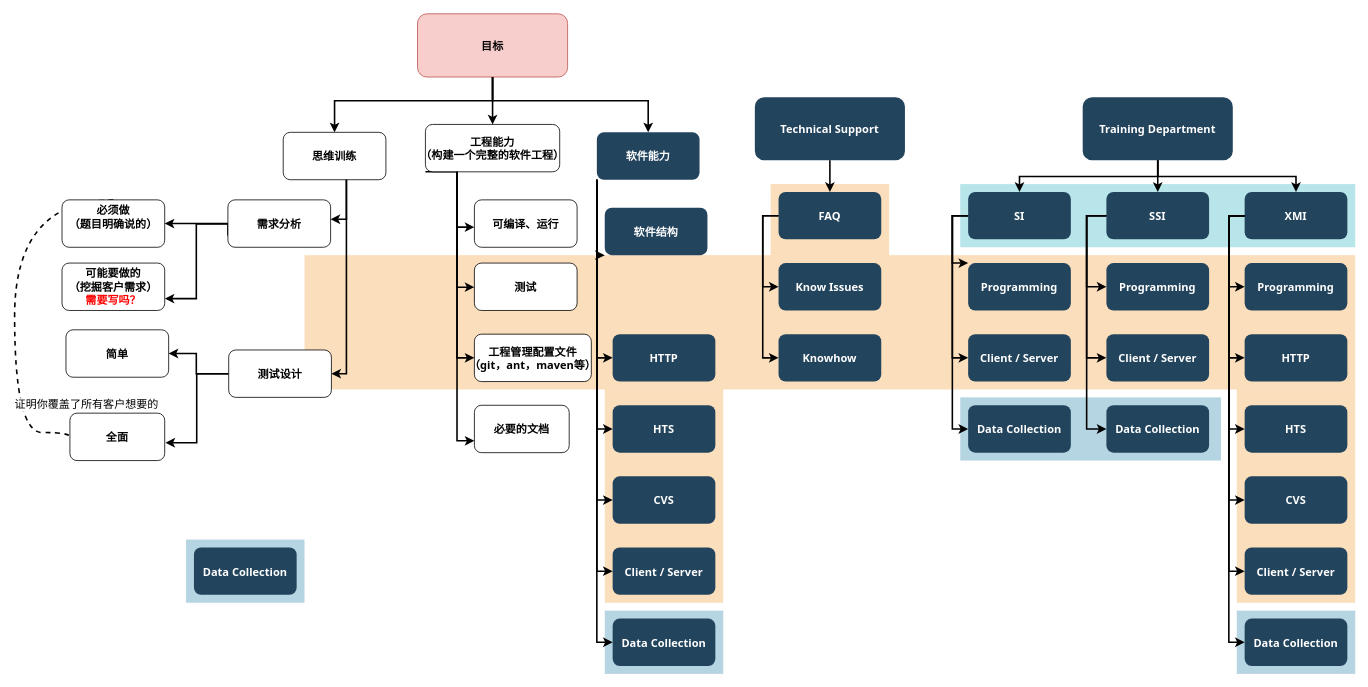
LeahGly/hello-word keeps this draw.io diagram as Untitled Diagram.drawio. Above is the earlier version. Source tidied: cells renumbered, new cells numbered last; positions are measured from the earlier drawing's top-left corner, leaving out a move shared by most shapes. Both pictures are drawn from the tidied source at 79%, with x=0, y=0 at pixel (14, 13).
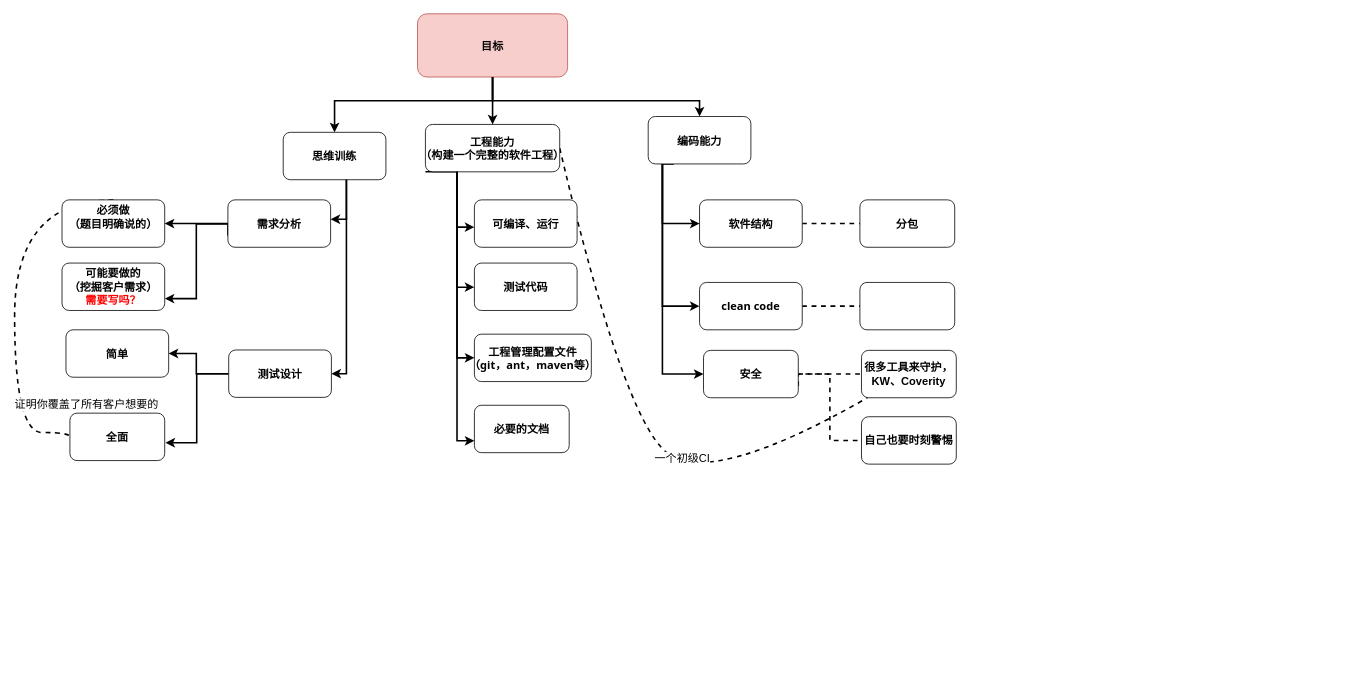
The same page after the edit.

Unchanged cells that the change refers to:
```xml
<mxCell id="23" value="工程能力&#10;（构建一个完整的软件工程）" style="rounded=1;fontStyle=1;fontFamily=Tahoma;fontSize=14;" parent="1" vertex="1">
  <mxGeometry x="520" y="140" width="170" height="60" as="geometry" />
</mxCell>
```

Change to the diagram source:
```diff
@@
-    <mxCell id="2" style="fillColor=#F2931E;strokeColor=none;opacity=30;" parent="1" vertex="1">
-      <mxGeometry x="1547" y="475.5" width="150" height="270" as="geometry" />
-    </mxCell>
-    <mxCell id="3" style="fillColor=#F2931E;strokeColor=none;opacity=30;" parent="1" vertex="1">
-      <mxGeometry x="957" y="215.5" width="150" height="90" as="geometry" />
-    </mxCell>
-    <mxCell id="4" style="fillColor=#F2931E;strokeColor=none;opacity=30;" parent="1" vertex="1">
-      <mxGeometry x="747" y="475.5" width="150" height="270" as="geometry" />
-    </mxCell>
-    <mxCell id="5" style="fillColor=#F2931E;strokeColor=none;opacity=30;" parent="1" vertex="1">
-      <mxGeometry x="367" y="305.5" width="1330" height="170" as="geometry" />
-    </mxCell>
-    <mxCell id="6" style="fillColor=#10739E;strokeColor=none;opacity=30;" parent="1" vertex="1">
-      <mxGeometry x="1547" y="755.5" width="150" height="80" as="geometry" />
-    </mxCell>
-    <mxCell id="7" style="fillColor=#10739E;strokeColor=none;opacity=30;" parent="1" vertex="1">
-      <mxGeometry x="1197" y="485.5" width="330" height="80" as="geometry" />
-    </mxCell>
-    <mxCell id="8" style="fillColor=#10739E;strokeColor=none;opacity=30;" parent="1" vertex="1">
-      <mxGeometry x="747" y="755.5" width="150" height="80" as="geometry" />
-    </mxCell>
-    <mxCell id="9" style="fillColor=#10739E;strokeColor=none;opacity=30;" parent="1" vertex="1">
-      <mxGeometry x="217" y="665.5" width="150" height="80" as="geometry" />
-    </mxCell>
-    <mxCell id="10" style="fillColor=#12AAB5;strokeColor=none;opacity=30;" parent="1" vertex="1">
-      <mxGeometry x="1197" y="215.5" width="500" height="80" as="geometry" />
-    </mxCell>
-    <mxCell id="11" value="Training Department" style="rounded=1;fillColor=#23445D;gradientColor=none;strokeColor=none;fontColor=#FFFFFF;fontStyle=1;fontFamily=Tahoma;fontSize=14;" parent="1" vertex="1">
-      <mxGeometry x="1352" y="105.5" width="190" height="80" as="geometry" />
-    </mxCell>
-    <mxCell id="12" value="Technical Support" style="rounded=1;fillColor=#23445D;gradientColor=none;strokeColor=none;fontColor=#FFFFFF;fontStyle=1;fontFamily=Tahoma;fontSize=14;" parent="1" vertex="1">
-      <mxGeometry x="937" y="105.5" width="190" height="80" as="geometry" />
-    </mxCell>
@@
-    <mxCell id="14" value="Data Collection" style="rounded=1;fillColor=#23445D;gradientColor=none;strokeColor=none;fontColor=#FFFFFF;fontStyle=1;fontFamily=Tahoma;fontSize=14;" parent="1" vertex="1">
-      <mxGeometry x="227" y="675.5" width="130" height="60" as="geometry" />
-    </mxCell>
@@
+    <mxCell id="91" style="edgeStyle=none;jettySize=auto;html=1;exitX=1;exitY=0.5;exitDx=0;exitDy=0;dashed=1;fontSize=14;fontColor=#000000;endArrow=none;endFill=0;strokeWidth=2;curved=1;" parent="1" edge="1" source="23" target="101">
+      <mxGeometry relative="1" as="geometry">
+        <Array as="points">
+          <mxPoint x="770" y="510" />
+          <mxPoint x="880" y="600" />
+        </Array>
+      </mxGeometry>
+    </mxCell>
+    <mxCell id="92" value="一个初级CI" style="edgeLabel;html=1;align=center;verticalAlign=middle;fontSize=14;fontColor=#000000;" parent="91" vertex="1">
+      <mxGeometry x="0.22" y="6" relative="1" as="geometry" />
+    </mxCell>
@@
-    <mxCell id="24" value="测试" style="rounded=1;fontStyle=1;fontFamily=Tahoma;fontSize=14;" parent="1" vertex="1">
+    <mxCell id="24" value="测试代码" style="rounded=1;fontStyle=1;fontFamily=Tahoma;fontSize=14;" parent="1" vertex="1">
       <mxGeometry x="582" y="315.5" width="130" height="60" as="geometry" />
     </mxCell>
@@
+    <mxCell id="93" style="edgeStyle=orthogonalEdgeStyle;jettySize=auto;html=1;exitX=0.25;exitY=1;exitDx=0;exitDy=0;entryX=0;entryY=0.5;entryDx=0;entryDy=0;fontSize=14;fontColor=#000000;endArrow=classic;endFill=1;strokeWidth=2;rounded=0;" parent="1" edge="1" source="27" target="100">
+      <mxGeometry relative="1" as="geometry">
+        <Array as="points">
+          <mxPoint x="820" y="190" />
+          <mxPoint x="820" y="456" />
+        </Array>
+      </mxGeometry>
+    </mxCell>
-    <mxCell id="27" value="软件能力" style="rounded=1;fillColor=#23445D;gradientColor=none;strokeColor=none;fontColor=#FFFFFF;fontStyle=1;fontFamily=Tahoma;fontSize=14;" parent="1" vertex="1">
-      <mxGeometry x="737" y="150" width="130" height="60" as="geometry" />
+    <mxCell id="27" value="编码能力" style="rounded=1;fontStyle=1;fontFamily=Tahoma;fontSize=14;" parent="1" vertex="1">
+      <mxGeometry x="802" y="130" width="130" height="60" as="geometry" />
     </mxCell>
+    <mxCell id="94" style="edgeStyle=orthogonalEdgeStyle;curved=1;jettySize=auto;html=1;dashed=1;fontSize=14;fontColor=#000000;endArrow=none;endFill=0;strokeWidth=2;" parent="1" edge="1" source="28" target="96">
+      <mxGeometry relative="1" as="geometry" />
+    </mxCell>
-    <mxCell id="28" value="软件结构" style="rounded=1;fillColor=#23445D;gradientColor=none;strokeColor=none;fontColor=#FFFFFF;fontStyle=1;fontFamily=Tahoma;fontSize=14;" parent="1" vertex="1">
-      <mxGeometry x="747" y="245.5" width="130" height="60" as="geometry" />
+    <mxCell id="28" value="软件结构" style="rounded=1;fontStyle=1;fontFamily=Tahoma;fontSize=14;" parent="1" vertex="1">
+      <mxGeometry x="867" y="235.5" width="130" height="60" as="geometry" />
     </mxCell>
+    <mxCell id="95" style="edgeStyle=orthogonalEdgeStyle;curved=1;jettySize=auto;html=1;dashed=1;fontSize=14;fontColor=#000000;endArrow=none;endFill=0;strokeWidth=2;" parent="1" edge="1" source="29" target="97">
+      <mxGeometry relative="1" as="geometry" />
+    </mxCell>
-    <mxCell id="29" value="HTTP" style="rounded=1;fillColor=#23445D;gradientColor=none;strokeColor=none;fontColor=#FFFFFF;fontStyle=1;fontFamily=Tahoma;fontSize=14;" parent="1" vertex="1">
-      <mxGeometry x="757" y="405.5" width="130" height="60" as="geometry" />
+    <mxCell id="29" value="clean code" style="rounded=1;fontStyle=1;fontFamily=Tahoma;fontSize=14;" parent="1" vertex="1">
+      <mxGeometry x="867" y="340" width="130" height="60" as="geometry" />
     </mxCell>
-    <mxCell id="30" value="HTS" style="rounded=1;fillColor=#23445D;gradientColor=none;strokeColor=none;fontColor=#FFFFFF;fontStyle=1;fontFamily=Tahoma;fontSize=14;" parent="1" vertex="1">
-      <mxGeometry x="757" y="495.5" width="130" height="60" as="geometry" />
-    </mxCell>
-    <mxCell id="31" value="CVS" style="rounded=1;fillColor=#23445D;gradientColor=none;strokeColor=none;fontColor=#FFFFFF;fontStyle=1;fontFamily=Tahoma;fontSize=14;" parent="1" vertex="1">
-      <mxGeometry x="757" y="585.5" width="130" height="60" as="geometry" />
-    </mxCell>
-    <mxCell id="32" value="Client / Server" style="rounded=1;fillColor=#23445D;gradientColor=none;strokeColor=none;fontColor=#FFFFFF;fontStyle=1;fontFamily=Tahoma;fontSize=14;" parent="1" vertex="1">
-      <mxGeometry x="757" y="675.5" width="130" height="60" as="geometry" />
-    </mxCell>
-    <mxCell id="33" value="Data Collection" style="rounded=1;fillColor=#23445D;gradientColor=none;strokeColor=none;fontColor=#FFFFFF;fontStyle=1;fontFamily=Tahoma;fontSize=14;" parent="1" vertex="1">
-      <mxGeometry x="757" y="765.5" width="130" height="60" as="geometry" />
-    </mxCell>
-    <mxCell id="34" value="FAQ" style="rounded=1;fillColor=#23445D;gradientColor=none;strokeColor=none;fontColor=#FFFFFF;fontStyle=1;fontFamily=Tahoma;fontSize=14;" parent="1" vertex="1">
-      <mxGeometry x="967" y="225.5" width="130" height="60" as="geometry" />
-    </mxCell>
-    <mxCell id="35" value="Know Issues" style="rounded=1;fillColor=#23445D;gradientColor=none;strokeColor=none;fontColor=#FFFFFF;fontStyle=1;fontFamily=Tahoma;fontSize=14;" parent="1" vertex="1">
-      <mxGeometry x="967" y="315.5" width="130" height="60" as="geometry" />
-    </mxCell>
-    <mxCell id="36" value="Knowhow" style="rounded=1;fillColor=#23445D;gradientColor=none;strokeColor=none;fontColor=#FFFFFF;fontStyle=1;fontFamily=Tahoma;fontSize=14;" parent="1" vertex="1">
-      <mxGeometry x="967" y="405.5" width="130" height="60" as="geometry" />
-    </mxCell>
-    <mxCell id="37" value="SI" style="rounded=1;fillColor=#23445D;gradientColor=none;strokeColor=none;fontColor=#FFFFFF;fontStyle=1;fontFamily=Tahoma;fontSize=14;" parent="1" vertex="1">
-      <mxGeometry x="1207" y="225.5" width="130" height="60" as="geometry" />
-    </mxCell>
-    <mxCell id="38" value="Programming" style="rounded=1;fillColor=#23445D;gradientColor=none;strokeColor=none;fontColor=#FFFFFF;fontStyle=1;fontFamily=Tahoma;fontSize=14;" parent="1" vertex="1">
-      <mxGeometry x="1207" y="315.5" width="130" height="60" as="geometry" />
-    </mxCell>
-    <mxCell id="39" value="Client / Server" style="rounded=1;fillColor=#23445D;gradientColor=none;strokeColor=none;fontColor=#FFFFFF;fontStyle=1;fontFamily=Tahoma;fontSize=14;" parent="1" vertex="1">
-      <mxGeometry x="1207" y="405.5" width="130" height="60" as="geometry" />
-    </mxCell>
-    <mxCell id="40" value="Data Collection" style="rounded=1;fillColor=#23445D;gradientColor=none;strokeColor=none;fontColor=#FFFFFF;fontStyle=1;fontFamily=Tahoma;fontSize=14;" parent="1" vertex="1">
-      <mxGeometry x="1207" y="495.5" width="130" height="60" as="geometry" />
-    </mxCell>
-    <mxCell id="41" value="SSI" style="rounded=1;fillColor=#23445D;gradientColor=none;strokeColor=none;fontColor=#FFFFFF;fontStyle=1;fontFamily=Tahoma;fontSize=14;" parent="1" vertex="1">
-      <mxGeometry x="1382" y="225.5" width="130" height="60" as="geometry" />
-    </mxCell>
-    <mxCell id="42" value="Programming" style="rounded=1;fillColor=#23445D;gradientColor=none;strokeColor=none;fontColor=#FFFFFF;fontStyle=1;fontFamily=Tahoma;fontSize=14;" parent="1" vertex="1">
-      <mxGeometry x="1382" y="315.5" width="130" height="60" as="geometry" />
-    </mxCell>
-    <mxCell id="43" value="Client / Server" style="rounded=1;fillColor=#23445D;gradientColor=none;strokeColor=none;fontColor=#FFFFFF;fontStyle=1;fontFamily=Tahoma;fontSize=14;" parent="1" vertex="1">
-      <mxGeometry x="1382" y="405.5" width="130" height="60" as="geometry" />
-    </mxCell>
-    <mxCell id="44" value="Data Collection" style="rounded=1;fillColor=#23445D;gradientColor=none;strokeColor=none;fontColor=#FFFFFF;fontStyle=1;fontFamily=Tahoma;fontSize=14;" parent="1" vertex="1">
-      <mxGeometry x="1382" y="495.5" width="130" height="60" as="geometry" />
-    </mxCell>
-    <mxCell id="45" value="XMI" style="rounded=1;fillColor=#23445D;gradientColor=none;strokeColor=none;fontColor=#FFFFFF;fontStyle=1;fontFamily=Tahoma;fontSize=14;" parent="1" vertex="1">
-      <mxGeometry x="1557" y="225.5" width="130" height="60" as="geometry" />
-    </mxCell>
-    <mxCell id="46" value="Programming" style="rounded=1;fillColor=#23445D;gradientColor=none;strokeColor=none;fontColor=#FFFFFF;fontStyle=1;fontFamily=Tahoma;fontSize=14;" parent="1" vertex="1">
-      <mxGeometry x="1557" y="315.5" width="130" height="60" as="geometry" />
-    </mxCell>
-    <mxCell id="47" value="HTTP" style="rounded=1;fillColor=#23445D;gradientColor=none;strokeColor=none;fontColor=#FFFFFF;fontStyle=1;fontFamily=Tahoma;fontSize=14;" parent="1" vertex="1">
-      <mxGeometry x="1557" y="405.5" width="130" height="60" as="geometry" />
-    </mxCell>
-    <mxCell id="48" value="HTS" style="rounded=1;fillColor=#23445D;gradientColor=none;strokeColor=none;fontColor=#FFFFFF;fontStyle=1;fontFamily=Tahoma;fontSize=14;" parent="1" vertex="1">
-      <mxGeometry x="1557" y="495.5" width="130" height="60" as="geometry" />
-    </mxCell>
-    <mxCell id="49" value="CVS" style="rounded=1;fillColor=#23445D;gradientColor=none;strokeColor=none;fontColor=#FFFFFF;fontStyle=1;fontFamily=Tahoma;fontSize=14;" parent="1" vertex="1">
-      <mxGeometry x="1557" y="585.5" width="130" height="60" as="geometry" />
-    </mxCell>
-    <mxCell id="50" value="Client / Server" style="rounded=1;fillColor=#23445D;gradientColor=none;strokeColor=none;fontColor=#FFFFFF;fontStyle=1;fontFamily=Tahoma;fontSize=14;" parent="1" vertex="1">
-      <mxGeometry x="1557" y="675.5" width="130" height="60" as="geometry" />
-    </mxCell>
-    <mxCell id="51" value="Data Collection" style="rounded=1;fillColor=#23445D;gradientColor=none;strokeColor=none;fontColor=#FFFFFF;fontStyle=1;fontFamily=Tahoma;fontSize=14;" parent="1" vertex="1">
-      <mxGeometry x="1557" y="765.5" width="130" height="60" as="geometry" />
-    </mxCell>
@@
     <mxCell id="57" style="edgeStyle=elbowEdgeStyle;elbow=horizontal;strokeWidth=2;rounded=0;" parent="1" edge="1" source="27" target="28">
       <mxGeometry x="-23" y="135.5" as="geometry">
         <Array as="points">
-          <mxPoint x="737" y="305.5" />
+          <mxPoint x="820" y="230" />
         </Array>
       </mxGeometry>
     </mxCell>
     <mxCell id="58" style="edgeStyle=elbowEdgeStyle;elbow=horizontal;strokeWidth=2;rounded=0;" parent="1" edge="1" source="27" target="29">
       <mxGeometry x="-23" y="135.5" as="geometry">
         <Array as="points">
-          <mxPoint x="737" y="345.5" />
+          <mxPoint x="820" y="290" />
         </Array>
       </mxGeometry>
     </mxCell>
-    <mxCell id="59" style="edgeStyle=elbowEdgeStyle;elbow=horizontal;strokeWidth=2;rounded=0;" parent="1" edge="1" source="27" target="30">
-      <mxGeometry x="-23" y="135.5" as="geometry">
-        <Array as="points">
-          <mxPoint x="737" y="395.5" />
-        </Array>
-      </mxGeometry>
-    </mxCell>
-    <mxCell id="60" style="edgeStyle=elbowEdgeStyle;elbow=horizontal;strokeWidth=2;rounded=0;" parent="1" edge="1" source="27" target="31">
-      <mxGeometry x="-23" y="135.5" as="geometry">
-        <Array as="points">
-          <mxPoint x="737" y="435.5" />
-        </Array>
-      </mxGeometry>
-    </mxCell>
-    <mxCell id="61" style="edgeStyle=elbowEdgeStyle;elbow=horizontal;strokeWidth=2;rounded=0;" parent="1" edge="1" source="27" target="32">
-      <mxGeometry x="-23" y="135.5" as="geometry">
-        <Array as="points">
-          <mxPoint x="737" y="475.5" />
-        </Array>
-      </mxGeometry>
-    </mxCell>
-    <mxCell id="62" style="edgeStyle=elbowEdgeStyle;elbow=horizontal;strokeWidth=2;rounded=0;" parent="1" edge="1" source="27" target="33">
-      <mxGeometry x="-23" y="135.5" as="geometry">
-        <Array as="points">
-          <mxPoint x="737" y="525.5" />
-        </Array>
-      </mxGeometry>
-    </mxCell>
-    <mxCell id="63" style="edgeStyle=elbowEdgeStyle;elbow=horizontal;strokeWidth=2;rounded=0;" parent="1" edge="1" source="34" target="35">
-      <mxGeometry x="-23" y="135.5" as="geometry">
-        <Array as="points">
-          <mxPoint x="947" y="305.5" />
-        </Array>
-      </mxGeometry>
-    </mxCell>
-    <mxCell id="64" style="edgeStyle=elbowEdgeStyle;elbow=horizontal;strokeWidth=2;rounded=0;" parent="1" edge="1" source="34" target="36">
-      <mxGeometry x="-23" y="135.5" as="geometry">
-        <Array as="points">
-          <mxPoint x="947" y="355.5" />
-        </Array>
-      </mxGeometry>
-    </mxCell>
-    <mxCell id="65" style="edgeStyle=elbowEdgeStyle;elbow=horizontal;strokeWidth=2;rounded=0;" parent="1" edge="1" source="37" target="38">
-      <mxGeometry x="-23" y="135.5" as="geometry">
-        <Array as="points">
-          <mxPoint x="1187" y="315.5" />
-        </Array>
-      </mxGeometry>
-    </mxCell>
-    <mxCell id="66" style="edgeStyle=elbowEdgeStyle;elbow=horizontal;strokeWidth=2;rounded=0;" parent="1" edge="1" source="37" target="39">
-      <mxGeometry x="-23" y="135.5" as="geometry">
-        <Array as="points">
-          <mxPoint x="1187" y="345.5" />
-        </Array>
-      </mxGeometry>
-    </mxCell>
-    <mxCell id="67" style="edgeStyle=elbowEdgeStyle;elbow=horizontal;strokeWidth=2;rounded=0;" parent="1" edge="1" source="37" target="40">
-      <mxGeometry x="-23" y="135.5" as="geometry">
-        <Array as="points">
-          <mxPoint x="1187" y="395.5" />
-        </Array>
-      </mxGeometry>
-    </mxCell>
-    <mxCell id="68" style="edgeStyle=elbowEdgeStyle;elbow=horizontal;strokeWidth=2;rounded=0;" parent="1" edge="1" source="41" target="42">
-      <mxGeometry x="-23" y="135.5" as="geometry">
-        <Array as="points">
-          <mxPoint x="1357" y="305.5" />
-        </Array>
-      </mxGeometry>
-    </mxCell>
-    <mxCell id="69" style="edgeStyle=elbowEdgeStyle;elbow=horizontal;strokeWidth=2;rounded=0;" parent="1" edge="1" source="41" target="43">
-      <mxGeometry x="-23" y="135.5" as="geometry">
-        <Array as="points">
-          <mxPoint x="1357" y="365.5" />
-        </Array>
-      </mxGeometry>
-    </mxCell>
-    <mxCell id="70" style="edgeStyle=elbowEdgeStyle;elbow=horizontal;strokeWidth=2;rounded=0;" parent="1" edge="1" source="41" target="44">
-      <mxGeometry x="-23" y="135.5" as="geometry">
-        <Array as="points">
-          <mxPoint x="1357" y="395.5" />
-        </Array>
-      </mxGeometry>
-    </mxCell>
-    <mxCell id="71" style="edgeStyle=elbowEdgeStyle;elbow=horizontal;strokeWidth=2;rounded=0;" parent="1" edge="1" source="45" target="46">
-      <mxGeometry x="-23" y="135.5" as="geometry">
-        <Array as="points">
-          <mxPoint x="1537" y="305.5" />
-        </Array>
-      </mxGeometry>
-    </mxCell>
-    <mxCell id="72" style="edgeStyle=elbowEdgeStyle;elbow=horizontal;strokeWidth=2;rounded=0;" parent="1" edge="1" source="45" target="47">
-      <mxGeometry x="-23" y="135.5" as="geometry">
-        <Array as="points">
-          <mxPoint x="1537" y="345.5" />
-        </Array>
-      </mxGeometry>
-    </mxCell>
-    <mxCell id="73" style="edgeStyle=elbowEdgeStyle;elbow=horizontal;strokeWidth=2;rounded=0;" parent="1" edge="1" source="45" target="48">
-      <mxGeometry x="-23" y="135.5" as="geometry">
-        <Array as="points">
-          <mxPoint x="1537" y="395.5" />
-        </Array>
-      </mxGeometry>
-    </mxCell>
-    <mxCell id="74" style="edgeStyle=elbowEdgeStyle;elbow=horizontal;strokeWidth=2;rounded=0;" parent="1" edge="1" source="45" target="49">
-      <mxGeometry x="-23" y="135.5" as="geometry">
-        <Array as="points">
-          <mxPoint x="1537" y="445.5" />
-        </Array>
-      </mxGeometry>
-    </mxCell>
-    <mxCell id="75" style="edgeStyle=elbowEdgeStyle;elbow=horizontal;strokeWidth=2;rounded=0;" parent="1" edge="1" source="45" target="50">
-      <mxGeometry x="-23" y="135.5" as="geometry">
-        <Array as="points">
-          <mxPoint x="1537" y="495.5" />
-        </Array>
-      </mxGeometry>
-    </mxCell>
-    <mxCell id="76" style="edgeStyle=elbowEdgeStyle;elbow=horizontal;strokeWidth=2;rounded=0;" parent="1" edge="1" source="45" target="51">
-      <mxGeometry x="-23" y="135.5" as="geometry">
-        <Array as="points">
-          <mxPoint x="1537" y="535.5" />
-        </Array>
-      </mxGeometry>
-    </mxCell>
@@
-    <mxCell id="80" style="edgeStyle=elbowEdgeStyle;elbow=vertical;strokeWidth=2;rounded=0;" parent="1" edge="1" source="12" target="34">
-      <mxGeometry x="-23" y="135.5" as="geometry" />
-    </mxCell>
-    <mxCell id="81" style="edgeStyle=elbowEdgeStyle;elbow=vertical;strokeWidth=2;rounded=0;" parent="1" edge="1" source="11" target="41">
-      <mxGeometry x="-23" y="135.5" as="geometry" />
-    </mxCell>
-    <mxCell id="82" style="edgeStyle=elbowEdgeStyle;elbow=vertical;strokeWidth=2;rounded=0;" parent="1" edge="1" source="11" target="37">
-      <mxGeometry x="-23" y="135.5" as="geometry" />
-    </mxCell>
-    <mxCell id="83" style="edgeStyle=elbowEdgeStyle;elbow=vertical;strokeWidth=2;rounded=0;" parent="1" edge="1" source="11" target="45">
-      <mxGeometry x="-23" y="135.5" as="geometry" />
-    </mxCell>
@@
+    <mxCell id="96" value="分包" style="whiteSpace=wrap;html=1;fontSize=14;fontFamily=Tahoma;rounded=1;fontStyle=1;" parent="1" vertex="1">
+      <mxGeometry x="1070" y="235.5" width="120" height="60" as="geometry" />
+    </mxCell>
+    <mxCell id="97" style="whiteSpace=wrap;html=1;fontSize=14;fontFamily=Tahoma;rounded=1;fontStyle=1;" parent="1" vertex="1">
+      <mxGeometry x="1070" y="340" width="120" height="60" as="geometry" />
+    </mxCell>
+    <mxCell id="98" style="edgeStyle=orthogonalEdgeStyle;rounded=0;jettySize=auto;html=1;fontSize=14;fontColor=#000000;endArrow=none;endFill=0;strokeWidth=2;dashed=1;" parent="1" edge="1" source="100" target="101">
+      <mxGeometry relative="1" as="geometry" />
+    </mxCell>
+    <mxCell id="99" style="edgeStyle=orthogonalEdgeStyle;rounded=0;jettySize=auto;html=1;exitX=1;exitY=0.75;exitDx=0;exitDy=0;entryX=0;entryY=0.5;entryDx=0;entryDy=0;dashed=1;fontSize=14;fontColor=#000000;endArrow=none;endFill=0;strokeWidth=2;" parent="1" edge="1" source="100" target="102">
+      <mxGeometry relative="1" as="geometry">
+        <Array as="points">
+          <mxPoint x="992" y="456" />
+          <mxPoint x="1032" y="456" />
+          <mxPoint x="1032" y="540" />
+        </Array>
+      </mxGeometry>
+    </mxCell>
+    <mxCell id="100" value="安全" style="rounded=1;whiteSpace=wrap;html=1;fontSize=14;fontColor=#000000;fontStyle=1;" parent="1" vertex="1">
+      <mxGeometry x="872" y="426" width="120" height="60" as="geometry" />
+    </mxCell>
+    <mxCell id="101" value="很多工具来守护，KW、Coverity" style="whiteSpace=wrap;html=1;fontSize=14;fontColor=#000000;rounded=1;fontStyle=1;" parent="1" vertex="1">
+      <mxGeometry x="1072" y="426" width="120" height="60" as="geometry" />
+    </mxCell>
+    <mxCell id="102" value="&lt;b&gt;自己也要时刻警惕&lt;/b&gt;" style="rounded=1;whiteSpace=wrap;html=1;fontSize=14;fontColor=#000000;" parent="1" vertex="1">
+      <mxGeometry x="1072" y="510" width="120" height="60" as="geometry" />
+    </mxCell>
```
